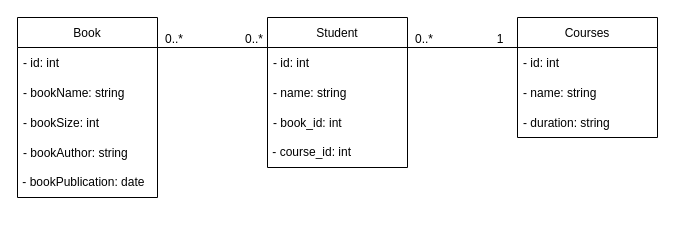
vitko5/HomeWorkJDBC keeps this draw.io diagram as HomeWorkJDBC.drawio. Above is the earlier version. Source tidied: cells renumbered, new cells numbered last; positions are measured from the earlier drawing's top-left corner, leaving out a move shared by most shapes. Both pictures are drawn from the tidied source at 100%, with x=0, y=0 at pixel (17, 17).
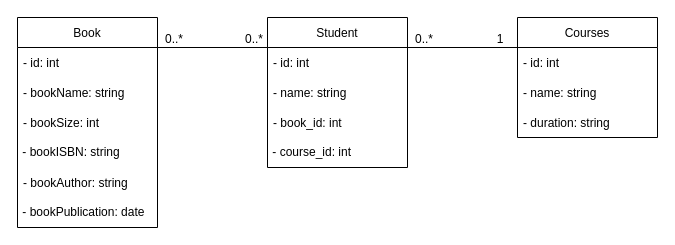
After the change.

The edit, as a diff of the source:
```diff
@@
     <mxCell id="2" value="Book" style="swimlane;fontStyle=0;horizontal=1;startSize=30;" parent="1" vertex="1">
-      <mxGeometry width="140" height="180" as="geometry" />
+      <mxGeometry width="140" height="210" as="geometry" />
     </mxCell>
@@
+    <mxCell id="23" value="&amp;nbsp;- bookISBN: string" style="text;html=1;strokeColor=none;fillColor=none;align=left;verticalAlign=middle;whiteSpace=wrap;rounded=0;" parent="2" vertex="1">
+      <mxGeometry y="120" width="140" height="30" as="geometry" />
+    </mxCell>
     <mxCell id="6" value="- bookAuthor: string" style="text;strokeColor=none;fillColor=none;align=left;verticalAlign=middle;spacingLeft=4;spacingRight=4;overflow=hidden;" parent="2" vertex="1">
-      <mxGeometry y="120" width="140" height="30" as="geometry" />
+      <mxGeometry y="150" width="140" height="30" as="geometry" />
     </mxCell>
     <mxCell id="7" value="&lt;div align=&quot;left&quot;&gt;&amp;nbsp;- bookPublication: date&lt;br&gt;&lt;/div&gt;" style="text;html=1;strokeColor=none;fillColor=none;align=left;verticalAlign=middle;whiteSpace=wrap;rounded=0;" parent="2" vertex="1">
-      <mxGeometry y="150" width="140" height="30" as="geometry" />
+      <mxGeometry y="180" width="140" height="30" as="geometry" />
     </mxCell>
```
